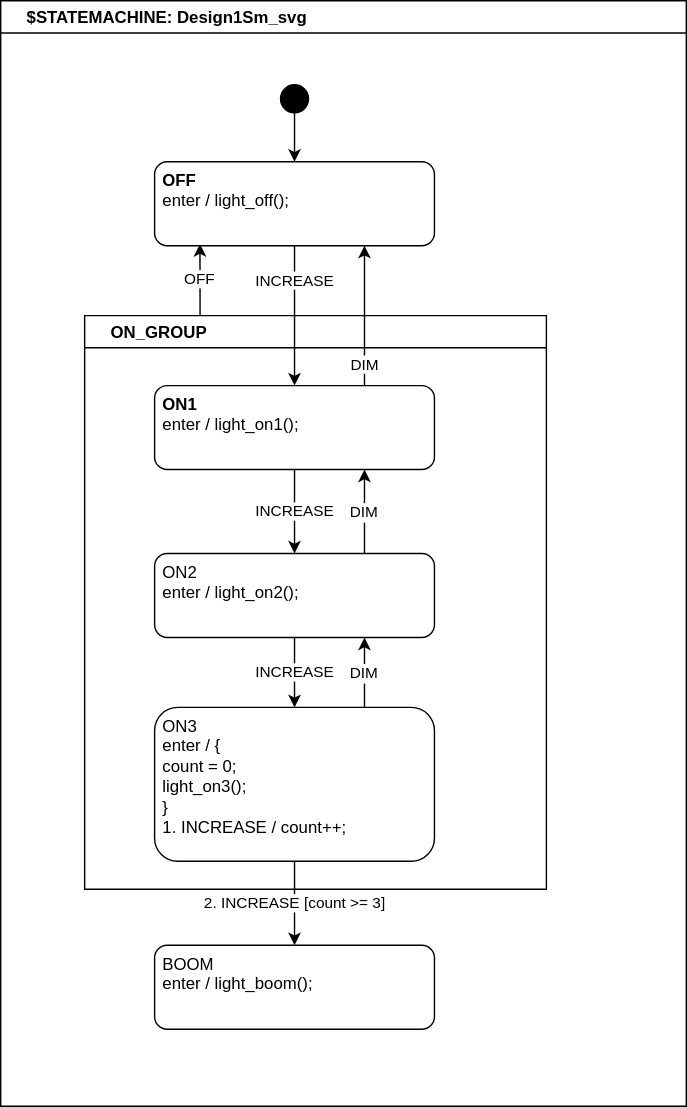
The draw.io diagram src/StateSmithTest/test-input/drawio/Design1Sm.drawio.svg in StateSmith/StateSmith, before a commit. Source tidied: cells renumbered, new cells last; positions are measured from the earlier drawing's top-left corner, leaving out a move shared by most shapes.
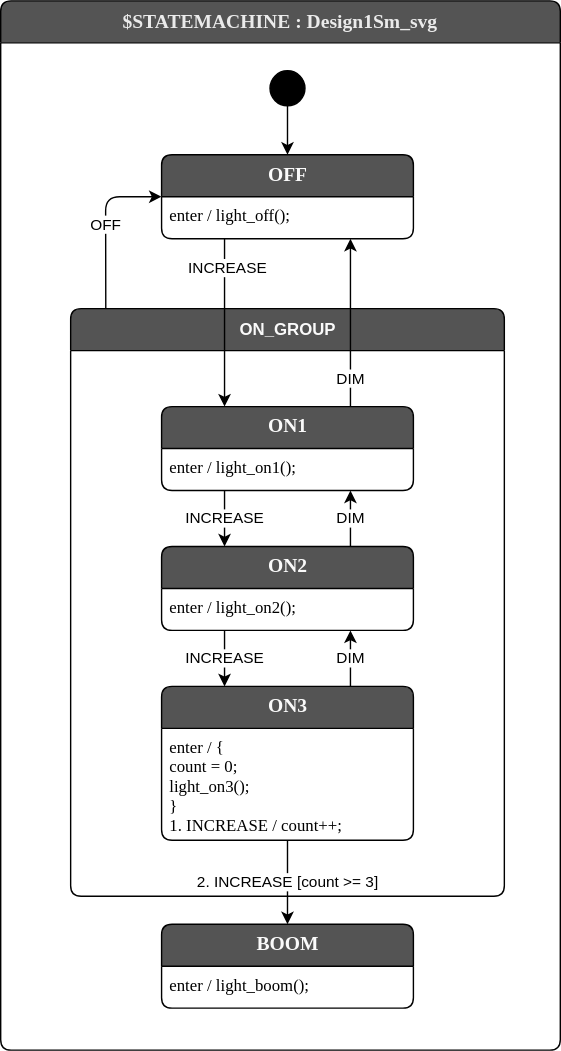
After the commit.

Commit message:
drawio - add support for draw.io plugin and new drawing style where a state can have its text event handlers as a child text node instead of its label #77

The edit, as a diff of the source:
```diff
@@ -2,56 +2,86 @@
   <root>
     <mxCell id="0" />
     <mxCell id="1" parent="0" />
-    <mxCell id="2" value="$STATEMACHINE: Design1Sm_svg" style="swimlane;fontStyle=1;align=left;spacingLeft=17;" parent="1" vertex="1">
-      <mxGeometry width="490" height="790" as="geometry" />
-    </mxCell>
-    <mxCell id="3" value="OFF" style="edgeStyle=none;html=1;exitX=0.25;exitY=0;exitDx=0;exitDy=0;entryX=0.162;entryY=0.98;entryDx=0;entryDy=0;entryPerimeter=0;" parent="2" edge="1" source="4" target="13">
-      <mxGeometry relative="1" as="geometry" />
-    </mxCell>
+    <mxCell id="19" value="$STATEMACHINE : Design1Sm_svg" style="shape=swimlane;align=center;verticalAlign=top;fontFamily=Lucida Console;startSize=30;fontSize=14;fontStyle=1;swimlaneFillColor=default;rounded=1;arcSize=15;absoluteArcSize=1;fillColor=#545454;fontColor=#EBEBEB;" parent="1" vertex="1">
+      <mxGeometry x="10" y="30" width="400" height="750" as="geometry" />
+    </mxCell>
+    <mxCell id="20" value=" " style="fontFamily=Lucida Console;align=left;verticalAlign=top;fillColor=none;gradientColor=none;strokeColor=none;rounded=0;spacingLeft=4;" parent="19" vertex="1">
+      <mxGeometry y="30" width="30" height="20" as="geometry" />
+    </mxCell>
+    <mxCell id="21" style="edgeStyle=none;html=1;" parent="19" edge="1" source="15" target="22">
+      <mxGeometry relative="1" as="geometry" />
+    </mxCell>
+    <mxCell id="15" value="$initial_state" style="shape=ellipse;fillColor=#000000;noLabel=1;" parent="19" vertex="1">
+      <mxGeometry x="192.5" y="50" width="25" height="25" as="geometry" />
+    </mxCell>
+    <mxCell id="22" value="OFF" style="shape=swimlane;align=center;verticalAlign=top;fontFamily=Lucida Console;startSize=30;fontSize=14;fontStyle=1;swimlaneFillColor=default;html=1;rounded=1;arcSize=15;absoluteArcSize=1;fillColor=#545454;fontColor=#FAFAFA;" parent="19" vertex="1">
+      <mxGeometry x="115" y="110" width="180" height="60" as="geometry" />
+    </mxCell>
+    <mxCell id="23" value="enter / light_off();" style="fontFamily=Lucida Console;align=left;verticalAlign=top;fillColor=none;gradientColor=none;strokeColor=none;rounded=0;spacingLeft=4;" parent="22" vertex="1">
+      <mxGeometry y="30" width="160" height="20" as="geometry" />
+    </mxCell>
+    <mxCell id="24" value="OFF" style="edgeStyle=none;html=1;exitX=0.081;exitY=0;exitDx=0;exitDy=0;entryX=0;entryY=0.5;entryDx=0;entryDy=0;exitPerimeter=0;" parent="19" edge="1" source="4" target="22">
+      <mxGeometry relative="1" as="geometry">
+        <Array as="points">
+          <mxPoint x="75" y="140" />
+        </Array>
+      </mxGeometry>
+    </mxCell>
-    <mxCell id="4" value="ON_GROUP" style="swimlane;fontStyle=1;align=left;spacingLeft=17;" parent="2" vertex="1">
-      <mxGeometry x="60" y="225" width="330" height="410" as="geometry" />
+    <mxCell id="4" value="&lt;span style=&quot;font-family: &amp;quot;helvetica&amp;quot; ; font-size: 12px ; text-align: left&quot;&gt;ON_GROUP&lt;/span&gt;" style="shape=swimlane;align=center;verticalAlign=top;fontFamily=Lucida Console;startSize=30;fontSize=14;fontStyle=1;swimlaneFillColor=default;html=1;rounded=1;arcSize=15;absoluteArcSize=1;fillColor=#545454;fontColor=#FAFAFA;" parent="19" vertex="1">
+      <mxGeometry x="50" y="220" width="310" height="420" as="geometry" />
     </mxCell>
-    <mxCell id="5" value="INCREASE" style="rounded=0;jettySize=auto;html=1;exitX=0.5;exitY=1;exitDx=0;exitDy=0;entryX=0.5;entryY=0;entryDx=0;entryDy=0;fontColor=default;" parent="4" edge="1" source="6" target="9">
-      <mxGeometry relative="1" as="geometry" />
-    </mxCell>
-    <mxCell id="6" value="&lt;div&gt;&lt;b&gt;ON1&lt;/b&gt;&lt;/div&gt;&lt;div&gt;enter / light_on1();&lt;/div&gt;" style="rounded=1;whiteSpace=wrap;html=1;verticalAlign=top;align=left;spacingLeft=4;" parent="4" vertex="1">
-      <mxGeometry x="50" y="50" width="200" height="60" as="geometry" />
-    </mxCell>
-    <mxCell id="7" value="INCREASE" style="edgeStyle=orthogonalEdgeStyle;curved=1;rounded=0;jettySize=auto;html=1;entryX=0.5;entryY=0;entryDx=0;entryDy=0;fontColor=default;" parent="4" edge="1" source="9" target="11">
-      <mxGeometry relative="1" as="geometry" />
-    </mxCell>
-    <mxCell id="8" value="DIM" style="edgeStyle=orthogonalEdgeStyle;curved=1;rounded=0;jettySize=auto;exitX=0.75;exitY=0;exitDx=0;exitDy=0;entryX=0.75;entryY=1;entryDx=0;entryDy=0;fontColor=default;" parent="4" edge="1" source="9" target="6">
-      <mxGeometry relative="1" as="geometry" />
-    </mxCell>
-    <mxCell id="9" value="&lt;div&gt;&lt;span&gt;ON2&lt;/span&gt;&lt;/div&gt;&lt;div&gt;&lt;span&gt;enter / light_on2();&lt;/span&gt;&lt;/div&gt;" style="rounded=1;whiteSpace=wrap;html=1;verticalAlign=top;align=left;spacingLeft=4;fontStyle=0;" parent="4" vertex="1">
-      <mxGeometry x="50" y="170" width="200" height="60" as="geometry" />
-    </mxCell>
-    <mxCell id="10" value="DIM" style="edgeStyle=orthogonalEdgeStyle;curved=1;rounded=0;jettySize=auto;exitX=0.75;exitY=0;exitDx=0;exitDy=0;entryX=0.75;entryY=1;entryDx=0;entryDy=0;fontColor=default;comic=0;" parent="4" edge="1" source="11" target="9">
-      <mxGeometry relative="1" as="geometry" />
-    </mxCell>
-    <mxCell id="11" value="&lt;div&gt;ON3&lt;/div&gt;&lt;div&gt;enter / {&lt;/div&gt;&lt;div&gt;&amp;nbsp; count = 0;&lt;/div&gt;&lt;div&gt;&amp;nbsp; light_on3();&lt;/div&gt;&lt;div&gt;}&lt;/div&gt;&lt;div&gt;1. INCREASE / count++;&lt;/div&gt;" style="rounded=1;whiteSpace=wrap;html=1;verticalAlign=top;align=left;spacingLeft=4;fontStyle=0;" parent="4" vertex="1">
-      <mxGeometry x="50" y="280" width="200" height="110" as="geometry" />
-    </mxCell>
-    <mxCell id="12" value="INCREASE" style="edgeStyle=orthogonalEdgeStyle;curved=1;rounded=0;jettySize=auto;html=1;entryX=0.5;entryY=0;entryDx=0;entryDy=0;fontColor=default;" parent="2" edge="1" source="13" target="6">
-      <mxGeometry x="-0.5" relative="1" as="geometry" />
-    </mxCell>
-    <mxCell id="13" value="&lt;div&gt;&lt;b&gt;OFF&lt;/b&gt;&lt;/div&gt;&lt;div&gt;enter / light_off();&lt;/div&gt;" style="rounded=1;whiteSpace=wrap;html=1;verticalAlign=top;align=left;spacingLeft=4;" parent="2" vertex="1">
-      <mxGeometry x="110" y="115" width="200" height="60" as="geometry" />
-    </mxCell>
-    <mxCell id="14" style="edgeStyle=orthogonalEdgeStyle;curved=1;rounded=0;comic=0;jettySize=auto;html=0;fontColor=default;" parent="2" edge="1" source="15" target="13">
-      <mxGeometry relative="1" as="geometry" />
-    </mxCell>
-    <mxCell id="15" value="$initial_state" style="ellipse;whiteSpace=wrap;html=1;fillColor=#000000;fontColor=none;noLabel=1;" parent="2" vertex="1">
-      <mxGeometry x="200" y="60" width="20" height="20" as="geometry" />
-    </mxCell>
-    <mxCell id="16" value="DIM" style="edgeStyle=orthogonalEdgeStyle;curved=1;rounded=0;jettySize=auto;html=1;exitX=0.75;exitY=0;exitDx=0;exitDy=0;entryX=0.75;entryY=1;entryDx=0;entryDy=0;fontColor=default;" parent="2" edge="1" source="6" target="13">
-      <mxGeometry x="-0.7" relative="1" as="geometry" />
-    </mxCell>
+    <mxCell id="25" value=" " style="fontFamily=Lucida Console;align=left;verticalAlign=top;fillColor=none;gradientColor=none;strokeColor=none;rounded=0;spacingLeft=4;" parent="4" vertex="1">
+      <mxGeometry y="30" width="30" height="20" as="geometry" />
+    </mxCell>
+    <mxCell id="26" value="INCREASE" style="edgeStyle=none;html=1;exitX=0.25;exitY=1;exitDx=0;exitDy=0;entryX=0.25;entryY=0;entryDx=0;entryDy=0;" parent="4" edge="1" source="27" target="31">
+      <mxGeometry relative="1" as="geometry" />
+    </mxCell>
+    <mxCell id="27" value="ON1" style="shape=swimlane;align=center;verticalAlign=top;fontFamily=Lucida Console;startSize=30;fontSize=14;fontStyle=1;swimlaneFillColor=default;html=1;rounded=1;arcSize=15;absoluteArcSize=1;fillColor=#545454;fontColor=#FAFAFA;" parent="4" vertex="1">
+      <mxGeometry x="65" y="70" width="180" height="60" as="geometry" />
+    </mxCell>
+    <mxCell id="28" value="enter / light_on1();" style="fontFamily=Lucida Console;align=left;verticalAlign=top;fillColor=none;gradientColor=none;strokeColor=none;rounded=0;spacingLeft=4;" parent="27" vertex="1">
+      <mxGeometry y="30" width="160" height="20" as="geometry" />
+    </mxCell>
+    <mxCell id="29" value="INCREASE" style="edgeStyle=none;html=1;exitX=0.25;exitY=1;exitDx=0;exitDy=0;entryX=0.25;entryY=0;entryDx=0;entryDy=0;" parent="4" edge="1" source="31" target="34">
+      <mxGeometry relative="1" as="geometry" />
+    </mxCell>
+    <mxCell id="30" value="DIM" style="edgeStyle=none;html=1;exitX=0.75;exitY=0;exitDx=0;exitDy=0;entryX=0.75;entryY=1;entryDx=0;entryDy=0;" parent="4" edge="1" source="31" target="27">
+      <mxGeometry relative="1" as="geometry" />
+    </mxCell>
+    <mxCell id="31" value="ON2" style="shape=swimlane;align=center;verticalAlign=top;fontFamily=Lucida Console;startSize=30;fontSize=14;fontStyle=1;swimlaneFillColor=default;html=1;rounded=1;arcSize=15;absoluteArcSize=1;fillColor=#545454;fontColor=#FAFAFA;fillStyle=auto;" parent="4" vertex="1">
+      <mxGeometry x="65" y="170" width="180" height="60" as="geometry" />
+    </mxCell>
+    <mxCell id="32" value="enter / light_on2();" style="fontFamily=Lucida Console;align=left;verticalAlign=top;fillColor=none;gradientColor=none;strokeColor=none;rounded=0;spacingLeft=4;" parent="31" vertex="1">
+      <mxGeometry y="30" width="160" height="20" as="geometry" />
+    </mxCell>
+    <mxCell id="33" value="DIM" style="edgeStyle=none;html=1;exitX=0.75;exitY=0;exitDx=0;exitDy=0;entryX=0.75;entryY=1;entryDx=0;entryDy=0;" parent="4" edge="1" source="34" target="31">
+      <mxGeometry relative="1" as="geometry" />
+    </mxCell>
+    <mxCell id="34" value="ON3" style="shape=swimlane;align=center;verticalAlign=top;fontFamily=Lucida Console;startSize=30;fontSize=14;fontStyle=1;swimlaneFillColor=default;html=1;rounded=1;arcSize=15;absoluteArcSize=1;fillColor=#545454;fontColor=#FAFAFA;" parent="4" vertex="1">
+      <mxGeometry x="65" y="270" width="180" height="110" as="geometry" />
+    </mxCell>
+    <mxCell id="35" value="enter / {&#10;  count = 0;&#10;  light_on3();&#10;}&#10;1. INCREASE / count++;" style="fontFamily=Lucida Console;align=left;verticalAlign=top;fillColor=none;gradientColor=none;strokeColor=none;rounded=0;spacingLeft=4;" parent="34" vertex="1">
+      <mxGeometry y="30" width="180" height="80" as="geometry" />
+    </mxCell>
+    <mxCell id="36" value="DIM" style="edgeStyle=none;html=1;exitX=0.75;exitY=0;exitDx=0;exitDy=0;entryX=0.75;entryY=1;entryDx=0;entryDy=0;" parent="19" edge="1" source="27" target="22">
+      <mxGeometry x="-0.67" relative="1" as="geometry" />
+    </mxCell>
+    <mxCell id="37" value="BOOM" style="shape=swimlane;align=center;verticalAlign=top;fontFamily=Lucida Console;startSize=30;fontSize=14;fontStyle=1;swimlaneFillColor=default;html=1;rounded=1;arcSize=15;absoluteArcSize=1;fillColor=#545454;fontColor=#FAFAFA;" parent="19" vertex="1">
+      <mxGeometry x="115" y="660" width="180" height="60" as="geometry" />
+    </mxCell>
+    <mxCell id="38" value="enter / light_boom();" style="fontFamily=Lucida Console;align=left;verticalAlign=top;fillColor=none;gradientColor=none;strokeColor=none;rounded=0;spacingLeft=4;" parent="37" vertex="1">
+      <mxGeometry y="30" width="170" height="20" as="geometry" />
+    </mxCell>
-    <mxCell id="17" value="2. INCREASE [count &amp;gt;= 3]" style="edgeStyle=orthogonalEdgeStyle;curved=1;rounded=0;jettySize=auto;html=1;fontColor=default;" parent="2" edge="1" source="11" target="18">
+    <mxCell id="17" value="2. INCREASE [count &amp;gt;= 3]" style="edgeStyle=orthogonalEdgeStyle;rounded=0;jettySize=auto;html=1;exitX=0.5;exitY=1;exitDx=0;exitDy=0;" parent="19" edge="1" source="34" target="37">
       <mxGeometry relative="1" as="geometry" />
     </mxCell>
-    <mxCell id="18" value="&lt;div&gt;BOOM&lt;/div&gt;&lt;div&gt;enter / light_boom();&lt;/div&gt;" style="rounded=1;whiteSpace=wrap;html=1;verticalAlign=top;align=left;spacingLeft=4;fontStyle=0;" parent="2" vertex="1">
-      <mxGeometry x="110" y="675" width="200" height="60" as="geometry" />
-    </mxCell>
+    <mxCell id="39" style="edgeStyle=none;html=1;exitX=0.25;exitY=1;exitDx=0;exitDy=0;entryX=0.25;entryY=0;entryDx=0;entryDy=0;" parent="19" edge="1" source="22" target="27">
+      <mxGeometry relative="1" as="geometry" />
+    </mxCell>
+    <mxCell id="40" value="INCREASE" style="edgeLabel;html=1;align=center;verticalAlign=middle;" parent="39" vertex="1">
+      <mxGeometry x="-0.39" y="1" relative="1" as="geometry">
+        <mxPoint y="-17" as="offset" />
+      </mxGeometry>
+    </mxCell>
   </root>
 </mxGraphModel>
```
